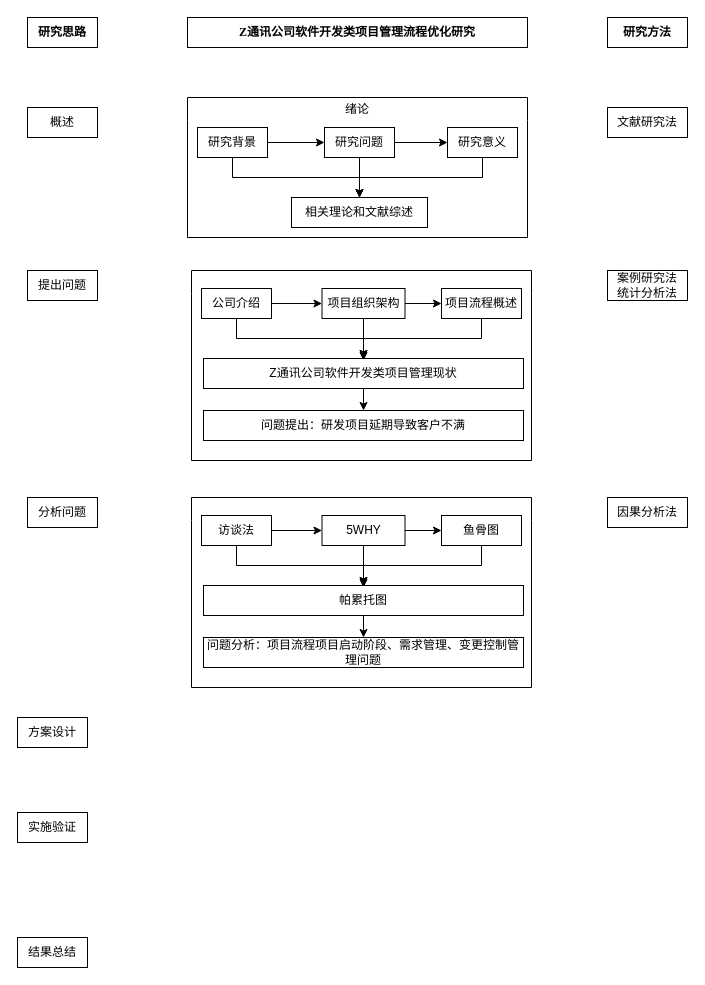
Before: 技术路线图.drawio in zhengt666/homework, a draw.io diagram. Source tidied: cells renumbered, new cells numbered last; positions are measured from the earlier drawing's top-left corner, leaving out a move shared by most shapes. Both pictures are drawn from the tidied source at 100%, with x=0, y=0 at pixel (17, 17).
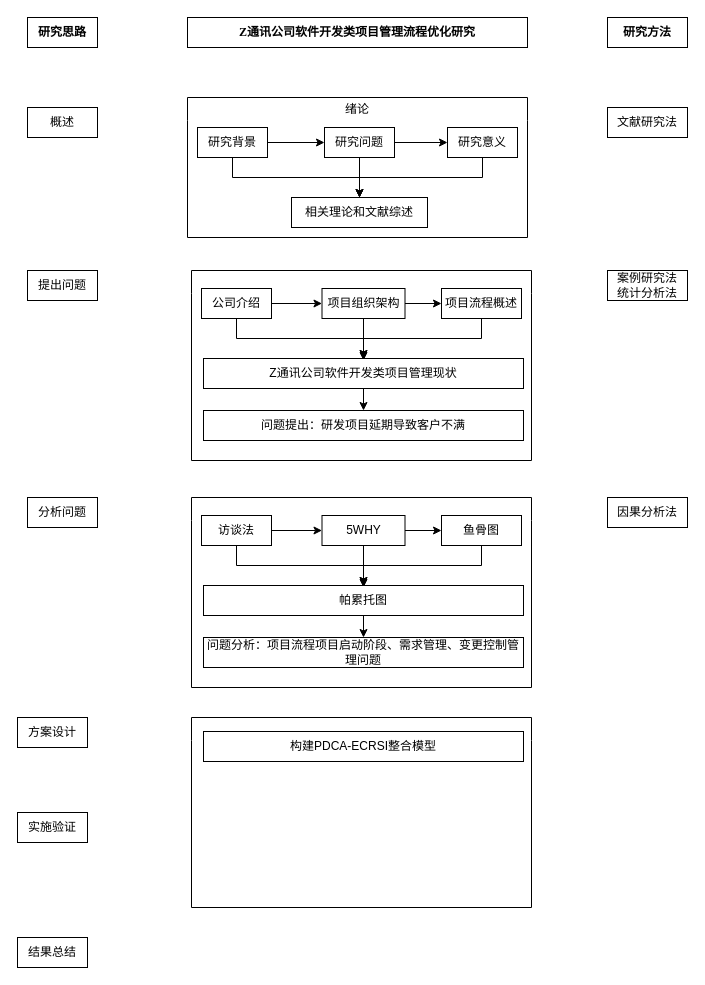
The same page after the edit.

Commit message:
更新技术路线图.drawio

Change to the diagram source:
```diff
@@
+    <mxCell id="48" style="swimlane;whiteSpace=wrap;html=1;startSize=23;backgroundOutline=0;fixedHeader=0;fillColor=none;swimlaneLine=0;" parent="1" vertex="1">
+      <mxGeometry x="174" y="700" width="340" height="190" as="geometry" />
+    </mxCell>
+    <mxCell id="49" value="构建PDCA-ECRSI整合模型" style="rounded=0;whiteSpace=wrap;html=1;" parent="48" vertex="1">
+      <mxGeometry x="12" y="14" width="320" height="30" as="geometry" />
+    </mxCell>
```
